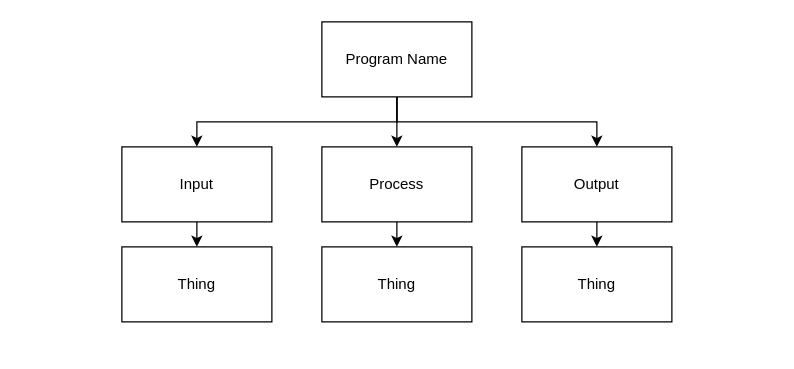
This is drawio/topDownDesign.drawio from Aidan-Lalonde-Novales/ics4u-assignment-1-typescript, a draw.io file, before an edit. Source tidied: cells renumbered, new cells numbered last; positions are measured from the earlier drawing's top-left corner, leaving out a move shared by most shapes. Both pictures are drawn from the tidied source at 125%, with x=0, y=0 at pixel (121, 21).
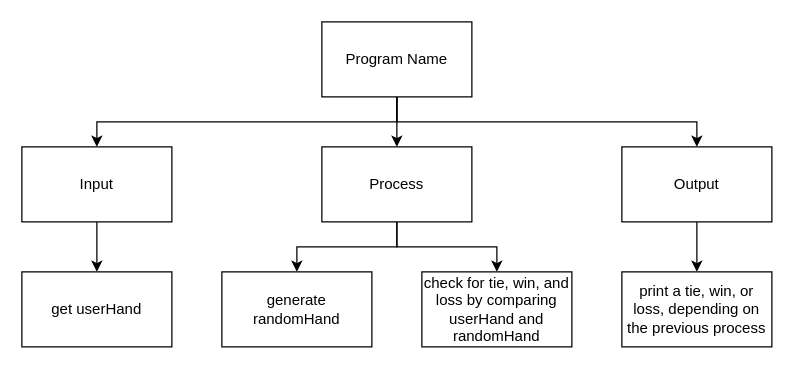
Above is the later version.

Unchanged cells that the change refers to:
```xml
<mxCell id="5" value="Program Name" style="rounded=0;whiteSpace=wrap;html=1;" parent="1" vertex="1">
  <mxGeometry x="160" width="120" height="60" as="geometry" />
</mxCell>
<mxCell id="7" value="Process" style="rounded=0;whiteSpace=wrap;html=1;" parent="1" vertex="1">
  <mxGeometry x="160" y="100" width="120" height="60" as="geometry" />
</mxCell>
```

Diff of the diagram source:
```diff
@@
     <mxCell id="3" style="edgeStyle=none;html=1;exitX=0.5;exitY=1;exitDx=0;exitDy=0;entryX=0.5;entryY=0;entryDx=0;entryDy=0;rounded=0;" parent="1" edge="1" source="5" target="11">
       <mxGeometry relative="1" as="geometry">
         <Array as="points">
           <mxPoint x="220" y="80" />
-          <mxPoint x="60" y="80" />
+          <mxPoint x="-20" y="80" />
         </Array>
       </mxGeometry>
     </mxCell>
     <mxCell id="4" style="edgeStyle=none;rounded=0;html=1;exitX=0.5;exitY=1;exitDx=0;exitDy=0;entryX=0.5;entryY=0;entryDx=0;entryDy=0;" parent="1" edge="1" source="5" target="9">
       <mxGeometry relative="1" as="geometry">
         <Array as="points">
           <mxPoint x="220" y="80" />
-          <mxPoint x="380" y="80" />
+          <mxPoint x="460" y="80" />
         </Array>
       </mxGeometry>
     </mxCell>
@@
     <mxCell id="6" style="edgeStyle=none;rounded=0;html=1;exitX=0.5;exitY=1;exitDx=0;exitDy=0;entryX=0.5;entryY=0;entryDx=0;entryDy=0;" parent="1" edge="1" source="7" target="13">
-      <mxGeometry relative="1" as="geometry" />
+      <mxGeometry relative="1" as="geometry">
+        <Array as="points">
+          <mxPoint x="220" y="180" />
+          <mxPoint x="140" y="180" />
+        </Array>
+      </mxGeometry>
     </mxCell>
+    <mxCell id="15" style="edgeStyle=none;html=1;exitX=0.5;exitY=1;exitDx=0;exitDy=0;entryX=0.5;entryY=0;entryDx=0;entryDy=0;rounded=0;" parent="1" edge="1" source="7" target="16">
+      <mxGeometry relative="1" as="geometry">
+        <Array as="points">
+          <mxPoint x="220" y="180" />
+          <mxPoint x="300" y="180" />
+        </Array>
+      </mxGeometry>
+    </mxCell>
@@
     <mxCell id="9" value="Output" style="rounded=0;whiteSpace=wrap;html=1;" parent="1" vertex="1">
-      <mxGeometry x="320" y="100" width="120" height="60" as="geometry" />
+      <mxGeometry x="400" y="100" width="120" height="60" as="geometry" />
     </mxCell>
@@
     <mxCell id="11" value="Input" style="rounded=0;whiteSpace=wrap;html=1;" parent="1" vertex="1">
-      <mxGeometry y="100" width="120" height="60" as="geometry" />
+      <mxGeometry x="-80" y="100" width="120" height="60" as="geometry" />
     </mxCell>
-    <mxCell id="12" value="Thing" style="rounded=0;whiteSpace=wrap;html=1;" parent="1" vertex="1">
-      <mxGeometry y="180" width="120" height="60" as="geometry" />
+    <mxCell id="12" value="get userHand" style="rounded=0;whiteSpace=wrap;html=1;" parent="1" vertex="1">
+      <mxGeometry x="-80" y="200" width="120" height="60" as="geometry" />
     </mxCell>
-    <mxCell id="13" value="Thing" style="rounded=0;whiteSpace=wrap;html=1;" parent="1" vertex="1">
-      <mxGeometry x="160" y="180" width="120" height="60" as="geometry" />
+    <mxCell id="13" value="generate randomHand" style="rounded=0;whiteSpace=wrap;html=1;" parent="1" vertex="1">
+      <mxGeometry x="80" y="200" width="120" height="60" as="geometry" />
     </mxCell>
-    <mxCell id="14" value="Thing" style="rounded=0;whiteSpace=wrap;html=1;" parent="1" vertex="1">
-      <mxGeometry x="320" y="180" width="120" height="60" as="geometry" />
+    <mxCell id="14" value="print a tie, win, or loss, depending on the previous process" style="rounded=0;whiteSpace=wrap;html=1;" parent="1" vertex="1">
+      <mxGeometry x="400" y="200" width="120" height="60" as="geometry" />
     </mxCell>
+    <mxCell id="16" value="check for tie, win, and loss by comparing userHand and randomHand" style="rounded=0;whiteSpace=wrap;html=1;" parent="1" vertex="1">
+      <mxGeometry x="240" y="200" width="120" height="60" as="geometry" />
+    </mxCell>
```
